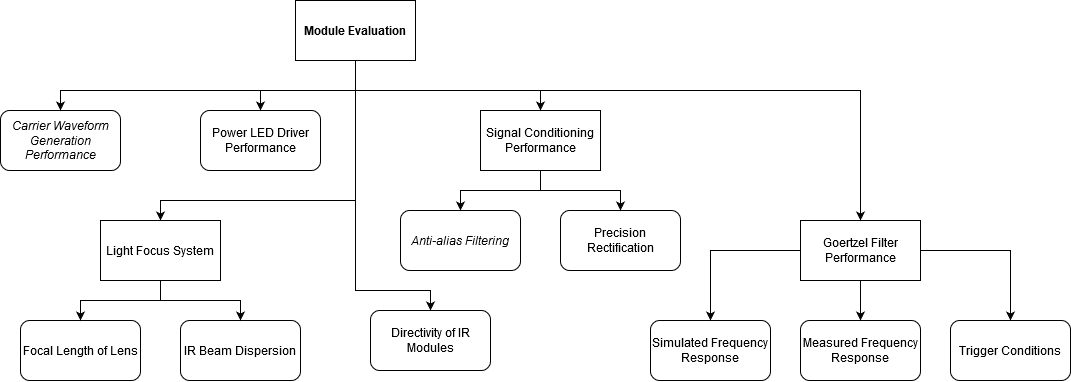
The draw.io diagram figures/experimentation/experiments_overview_module_evaluation.png in wylieza/thesis, before a commit. Source tidied: cells renumbered, new cells last; positions are measured from the earlier drawing's top-left corner, leaving out a move shared by most shapes. The source it was exported from:
```xml
<mxGraphModel>
  <root>
    <mxCell id="0" />
    <mxCell id="1" parent="0" />
    <mxCell id="2" style="group;" parent="1" vertex="1">
      <mxGeometry x="650" y="220" width="420" height="160" as="geometry" />
    </mxCell>
    <mxCell id="3" value="Goertzel Filter Performance" style="rounded=0;whiteSpace=wrap;html=1;" parent="2" vertex="1">
      <mxGeometry x="150" width="120" height="60" as="geometry" />
    </mxCell>
    <mxCell id="4" value="Simulated Frequency Response" style="rounded=1;whiteSpace=wrap;html=1;" parent="2" vertex="1">
      <mxGeometry y="100" width="120" height="60" as="geometry" />
    </mxCell>
    <mxCell id="5" style="edgeStyle=orthogonalEdgeStyle;rounded=0;jettySize=auto;html=1;" parent="2" edge="1" source="3" target="4">
      <mxGeometry x="70" as="geometry" />
    </mxCell>
    <mxCell id="6" value="Measured Frequency Response" style="rounded=1;whiteSpace=wrap;html=1;" parent="2" vertex="1">
      <mxGeometry x="150" y="100" width="120" height="60" as="geometry" />
    </mxCell>
    <mxCell id="7" style="edgeStyle=orthogonalEdgeStyle;rounded=0;jettySize=auto;html=1;entryX=0.5;entryY=0;entryDx=0;entryDy=0;" parent="2" edge="1" source="3" target="6">
      <mxGeometry x="70" as="geometry" />
    </mxCell>
    <mxCell id="8" value="Trigger Conditions" style="rounded=1;whiteSpace=wrap;html=1;" parent="2" vertex="1">
      <mxGeometry x="300" y="100" width="120" height="60" as="geometry" />
    </mxCell>
    <mxCell id="9" style="edgeStyle=orthogonalEdgeStyle;rounded=0;jettySize=auto;html=1;entryX=0.5;entryY=0;entryDx=0;entryDy=0;" parent="2" edge="1" source="3" target="8">
      <mxGeometry relative="1" as="geometry" />
    </mxCell>
    <mxCell id="10" value="&lt;i&gt;Carrier Waveform Generation Performance&lt;/i&gt;" style="rounded=1;whiteSpace=wrap;html=1;" parent="1" vertex="1">
      <mxGeometry y="110" width="120" height="60" as="geometry" />
    </mxCell>
    <mxCell id="11" value="Power LED Driver Performance" style="rounded=1;whiteSpace=wrap;html=1;" parent="1" vertex="1">
      <mxGeometry x="200" y="110" width="120" height="60" as="geometry" />
    </mxCell>
    <mxCell id="12" style="group;" parent="1" vertex="1">
      <mxGeometry x="400" y="110" width="280" height="160" as="geometry" />
    </mxCell>
    <mxCell id="13" value="Signal Conditioning Performance" style="rounded=0;whiteSpace=wrap;html=1;" parent="12" vertex="1">
      <mxGeometry x="80" width="120" height="60" as="geometry" />
    </mxCell>
    <mxCell id="14" value="&lt;i&gt;Anti-alias Filtering&lt;/i&gt;" style="rounded=1;whiteSpace=wrap;html=1;" parent="12" vertex="1">
      <mxGeometry y="100" width="120" height="60" as="geometry" />
    </mxCell>
    <mxCell id="15" style="edgeStyle=orthogonalEdgeStyle;rounded=0;jettySize=auto;html=1;entryX=0.5;entryY=0;entryDx=0;entryDy=0;" parent="12" edge="1" source="13" target="14">
      <mxGeometry relative="1" as="geometry" />
    </mxCell>
    <mxCell id="16" value="Precision Rectification" style="rounded=1;whiteSpace=wrap;html=1;" parent="12" vertex="1">
      <mxGeometry x="160" y="100" width="120" height="60" as="geometry" />
    </mxCell>
    <mxCell id="17" style="edgeStyle=orthogonalEdgeStyle;rounded=0;jettySize=auto;html=1;" parent="12" edge="1" source="13" target="16">
      <mxGeometry relative="1" as="geometry" />
    </mxCell>
    <mxCell id="18" style="edgeStyle=orthogonalEdgeStyle;rounded=0;jettySize=auto;html=1;entryX=0.5;entryY=0;entryDx=0;entryDy=0;" parent="1" edge="1" source="24" target="10">
      <mxGeometry relative="1" as="geometry">
        <Array as="points">
          <mxPoint x="355" y="90" />
          <mxPoint x="60" y="90" />
        </Array>
      </mxGeometry>
    </mxCell>
    <mxCell id="19" style="edgeStyle=orthogonalEdgeStyle;rounded=0;jettySize=auto;html=1;entryX=0.5;entryY=0;entryDx=0;entryDy=0;" parent="1" edge="1" source="24" target="11">
      <mxGeometry relative="1" as="geometry">
        <Array as="points">
          <mxPoint x="355" y="90" />
          <mxPoint x="260" y="90" />
        </Array>
      </mxGeometry>
    </mxCell>
    <mxCell id="20" style="edgeStyle=orthogonalEdgeStyle;rounded=0;jettySize=auto;html=1;" parent="1" edge="1" source="24" target="30">
      <mxGeometry relative="1" as="geometry">
        <Array as="points">
          <mxPoint x="355" y="200" />
          <mxPoint x="160" y="200" />
        </Array>
      </mxGeometry>
    </mxCell>
    <mxCell id="21" style="edgeStyle=orthogonalEdgeStyle;rounded=0;jettySize=auto;html=1;" parent="1" edge="1" source="24" target="31">
      <mxGeometry relative="1" as="geometry">
        <Array as="points">
          <mxPoint x="355" y="290" />
          <mxPoint x="430" y="290" />
        </Array>
      </mxGeometry>
    </mxCell>
    <mxCell id="22" style="edgeStyle=orthogonalEdgeStyle;rounded=0;jettySize=auto;html=1;" parent="1" edge="1" source="24" target="13">
      <mxGeometry relative="1" as="geometry">
        <Array as="points">
          <mxPoint x="355" y="90" />
          <mxPoint x="540" y="90" />
        </Array>
      </mxGeometry>
    </mxCell>
    <mxCell id="23" style="edgeStyle=orthogonalEdgeStyle;rounded=0;jettySize=auto;html=1;entryX=0.5;entryY=0;entryDx=0;entryDy=0;" parent="1" edge="1" source="24" target="3">
      <mxGeometry relative="1" as="geometry">
        <Array as="points">
          <mxPoint x="355" y="90" />
          <mxPoint x="860" y="90" />
        </Array>
      </mxGeometry>
    </mxCell>
    <mxCell id="24" value="&lt;b&gt;Module Evaluation&lt;/b&gt;" style="rounded=0;whiteSpace=wrap;html=1;strokeColor=#000000;" parent="1" vertex="1">
      <mxGeometry x="295" width="120" height="60" as="geometry" />
    </mxCell>
    <mxCell id="25" style="group;" parent="1" vertex="1">
      <mxGeometry x="20" y="220" width="280" height="160" as="geometry" />
    </mxCell>
    <mxCell id="26" value="Focal Length of Lens" style="rounded=1;whiteSpace=wrap;html=1;" parent="25" vertex="1">
      <mxGeometry y="100" width="120" height="60" as="geometry" />
    </mxCell>
    <mxCell id="27" value="IR Beam Dispersion" style="rounded=1;whiteSpace=wrap;html=1;" parent="25" vertex="1">
      <mxGeometry x="160" y="100" width="120" height="60" as="geometry" />
    </mxCell>
    <mxCell id="28" style="edgeStyle=orthogonalEdgeStyle;rounded=0;jettySize=auto;html=1;" parent="25" edge="1" source="30" target="26">
      <mxGeometry relative="1" as="geometry" />
    </mxCell>
    <mxCell id="29" style="edgeStyle=orthogonalEdgeStyle;rounded=0;jettySize=auto;html=1;" parent="25" edge="1" source="30" target="27">
      <mxGeometry relative="1" as="geometry" />
    </mxCell>
    <mxCell id="30" value="Light Focus System" style="rounded=0;whiteSpace=wrap;html=1;strokeColor=#000000;" parent="25" vertex="1">
      <mxGeometry x="80" width="120" height="60" as="geometry" />
    </mxCell>
    <mxCell id="31" value="Directivity of IR Modules" style="rounded=1;whiteSpace=wrap;html=1;" parent="1" vertex="1">
      <mxGeometry x="370" y="310" width="120" height="60" as="geometry" />
    </mxCell>
  </root>
</mxGraphModel>
```
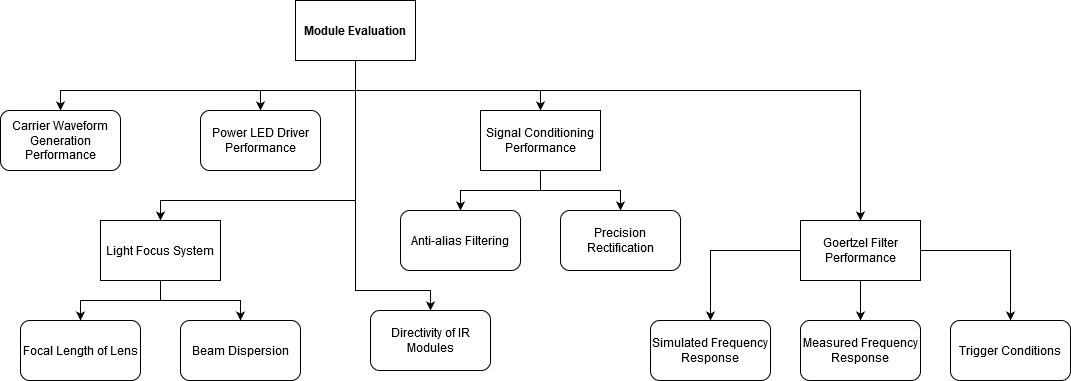
After the commit.

Commit message:
Signal Conditioning Performance done

The edit, as a diff of the source:
```diff
@@ -26,7 +26,7 @@
     <mxCell id="9" style="edgeStyle=orthogonalEdgeStyle;rounded=0;jettySize=auto;html=1;entryX=0.5;entryY=0;entryDx=0;entryDy=0;" parent="2" edge="1" source="3" target="8">
       <mxGeometry relative="1" as="geometry" />
     </mxCell>
-    <mxCell id="10" value="&lt;i&gt;Carrier Waveform Generation Performance&lt;/i&gt;" style="rounded=1;whiteSpace=wrap;html=1;" parent="1" vertex="1">
+    <mxCell id="10" value="Carrier Waveform Generation Performance" style="rounded=1;whiteSpace=wrap;html=1;" parent="1" vertex="1">
       <mxGeometry y="110" width="120" height="60" as="geometry" />
     </mxCell>
     <mxCell id="11" value="Power LED Driver Performance" style="rounded=1;whiteSpace=wrap;html=1;" parent="1" vertex="1">
@@ -38,7 +38,7 @@
     <mxCell id="13" value="Signal Conditioning Performance" style="rounded=0;whiteSpace=wrap;html=1;" parent="12" vertex="1">
       <mxGeometry x="80" width="120" height="60" as="geometry" />
     </mxCell>
-    <mxCell id="14" value="&lt;i&gt;Anti-alias Filtering&lt;/i&gt;" style="rounded=1;whiteSpace=wrap;html=1;" parent="12" vertex="1">
+    <mxCell id="14" value="Anti-alias Filtering" style="rounded=1;whiteSpace=wrap;html=1;" parent="12" vertex="1">
       <mxGeometry y="100" width="120" height="60" as="geometry" />
     </mxCell>
     <mxCell id="15" style="edgeStyle=orthogonalEdgeStyle;rounded=0;jettySize=auto;html=1;entryX=0.5;entryY=0;entryDx=0;entryDy=0;" parent="12" edge="1" source="13" target="14">
@@ -107,7 +107,7 @@
     <mxCell id="26" value="Focal Length of Lens" style="rounded=1;whiteSpace=wrap;html=1;" parent="25" vertex="1">
       <mxGeometry y="100" width="120" height="60" as="geometry" />
     </mxCell>
-    <mxCell id="27" value="IR Beam Dispersion" style="rounded=1;whiteSpace=wrap;html=1;" parent="25" vertex="1">
+    <mxCell id="27" value="Beam Dispersion" style="rounded=1;whiteSpace=wrap;html=1;" parent="25" vertex="1">
       <mxGeometry x="160" y="100" width="120" height="60" as="geometry" />
     </mxCell>
     <mxCell id="28" style="edgeStyle=orthogonalEdgeStyle;rounded=0;jettySize=auto;html=1;" parent="25" edge="1" source="30" target="26">
```
